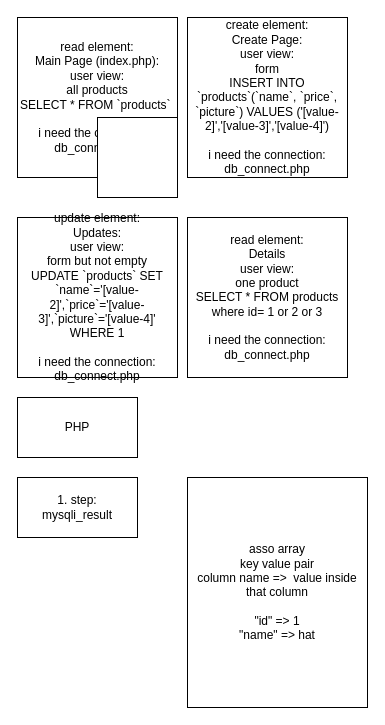
janPawek/PHPexcercises keeps this draw.io diagram as PHP_Day03/PHP03_live_index.drawio. Above is the earlier version. Source tidied: cells renumbered, new cells numbered last; positions are measured from the earlier drawing's top-left corner, leaving out a move shared by most shapes. Both pictures are drawn from the tidied source at 100%, with x=0, y=0 at pixel (17, 17).
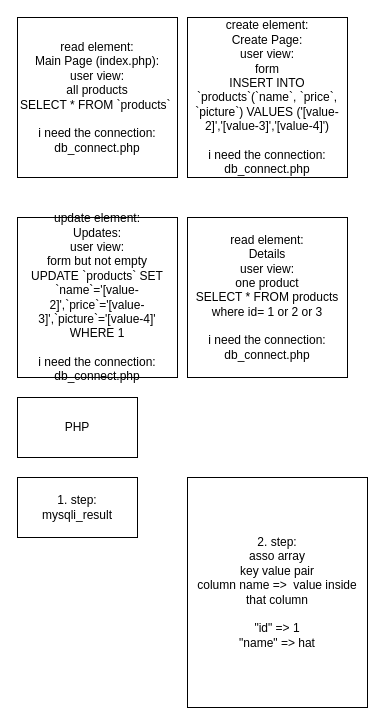
After the change.

The edit, as a diff of the source:
```diff
@@
 <mxGraphModel>
   <root>
     <mxCell id="0" />
     <mxCell id="1" parent="0" />
     <mxCell id="2" value="read element:&lt;br&gt;Main Page (index.php):&lt;br&gt;user view:&lt;br&gt;all products&lt;br&gt;SELECT * FROM `products`&amp;nbsp;&lt;br&gt;&lt;br&gt;i need the connection: db_connect.php" style="whiteSpace=wrap;html=1;" parent="1" vertex="1">
       <mxGeometry width="160" height="160" as="geometry" />
     </mxCell>
     <mxCell id="3" value="create element:&lt;br&gt;Create Page:&lt;br&gt;user view:&lt;br&gt;form&lt;br&gt;INSERT INTO `products`(`name`, `price`, `picture`) VALUES ('[value-2]','[value-3]','[value-4]')&lt;br&gt;&lt;br&gt;i need the connection: db_connect.php" style="whiteSpace=wrap;html=1;" parent="1" vertex="1">
       <mxGeometry x="170" width="160" height="160" as="geometry" />
     </mxCell>
     <mxCell id="4" value="update element:&lt;br&gt;Updates:&lt;br&gt;user view:&lt;br&gt;form but not empty&lt;br&gt;UPDATE `products` SET `name`='[value-2]',`price`='[value-3]',`picture`='[value-4]' WHERE 1&lt;br&gt;&lt;br&gt;i need the connection: db_connect.php" style="whiteSpace=wrap;html=1;" parent="1" vertex="1">
       <mxGeometry y="200" width="160" height="160" as="geometry" />
     </mxCell>
     <mxCell id="5" value="read element:&lt;br&gt;Details&lt;br&gt;user view:&lt;br&gt;one product&lt;br&gt;SELECT * FROM products where id= 1 or 2 or 3&lt;br&gt;&lt;br&gt;i need the connection: db_connect.php" style="whiteSpace=wrap;html=1;" parent="1" vertex="1">
       <mxGeometry x="170" y="200" width="160" height="160" as="geometry" />
     </mxCell>
-    <mxCell id="6" style="whiteSpace=wrap;html=1;" parent="1" vertex="1">
-      <mxGeometry x="80" y="100" width="80" height="80" as="geometry" />
-    </mxCell>
     <mxCell id="7" value="PHP" style="rounded=0;whiteSpace=wrap;html=1;" parent="1" vertex="1">
       <mxGeometry y="380" width="120" height="60" as="geometry" />
     </mxCell>
     <mxCell id="8" value="1. step:&lt;br&gt;mysqli_result" style="rounded=0;whiteSpace=wrap;html=1;" parent="1" vertex="1">
       <mxGeometry y="460" width="120" height="60" as="geometry" />
     </mxCell>
-    <mxCell id="9" value="asso array&lt;br&gt;key value pair&lt;br&gt;column name =&amp;gt;&amp;nbsp; value inside that column&lt;br&gt;&lt;br&gt;&quot;id&quot; =&amp;gt; 1&lt;br&gt;&quot;name&quot; =&amp;gt; hat" style="rounded=0;whiteSpace=wrap;html=1;" parent="1" vertex="1">
+    <mxCell id="9" value="2. step:&lt;br&gt;asso array&lt;br&gt;key value pair&lt;br&gt;column name =&amp;gt;&amp;nbsp; value inside that column&lt;br&gt;&lt;br&gt;&quot;id&quot; =&amp;gt; 1&lt;br&gt;&quot;name&quot; =&amp;gt; hat" style="rounded=0;whiteSpace=wrap;html=1;" parent="1" vertex="1">
       <mxGeometry x="170" y="460" width="180" height="230" as="geometry" />
     </mxCell>
   </root>
 </mxGraphModel>
```
